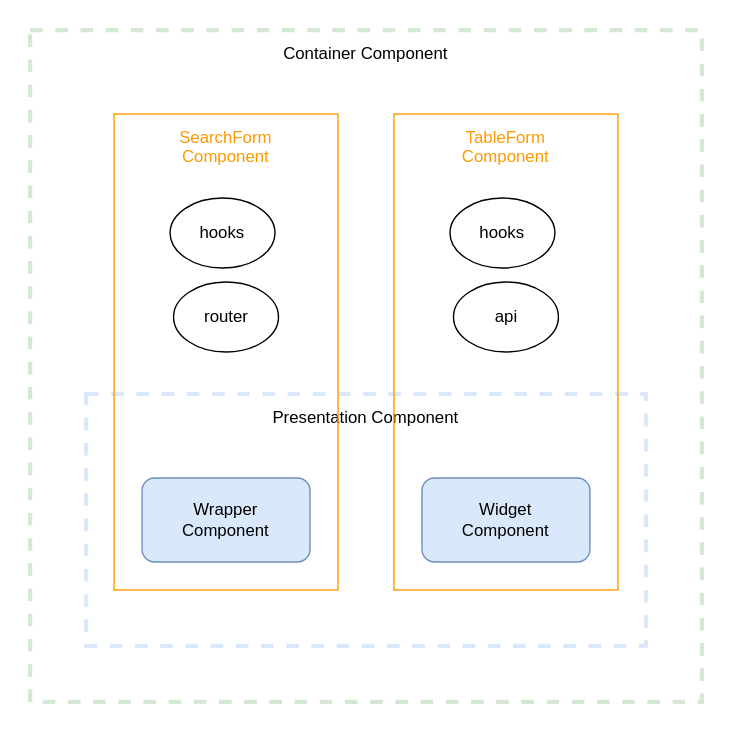
Earlier version of the draw.io export pages/component/_drawio/overview.drawio.svg (hazuki3417/memoria-design). Source tidied: cells renumbered, new cells last; positions are measured from the earlier drawing's top-left corner, leaving out a move shared by most shapes.
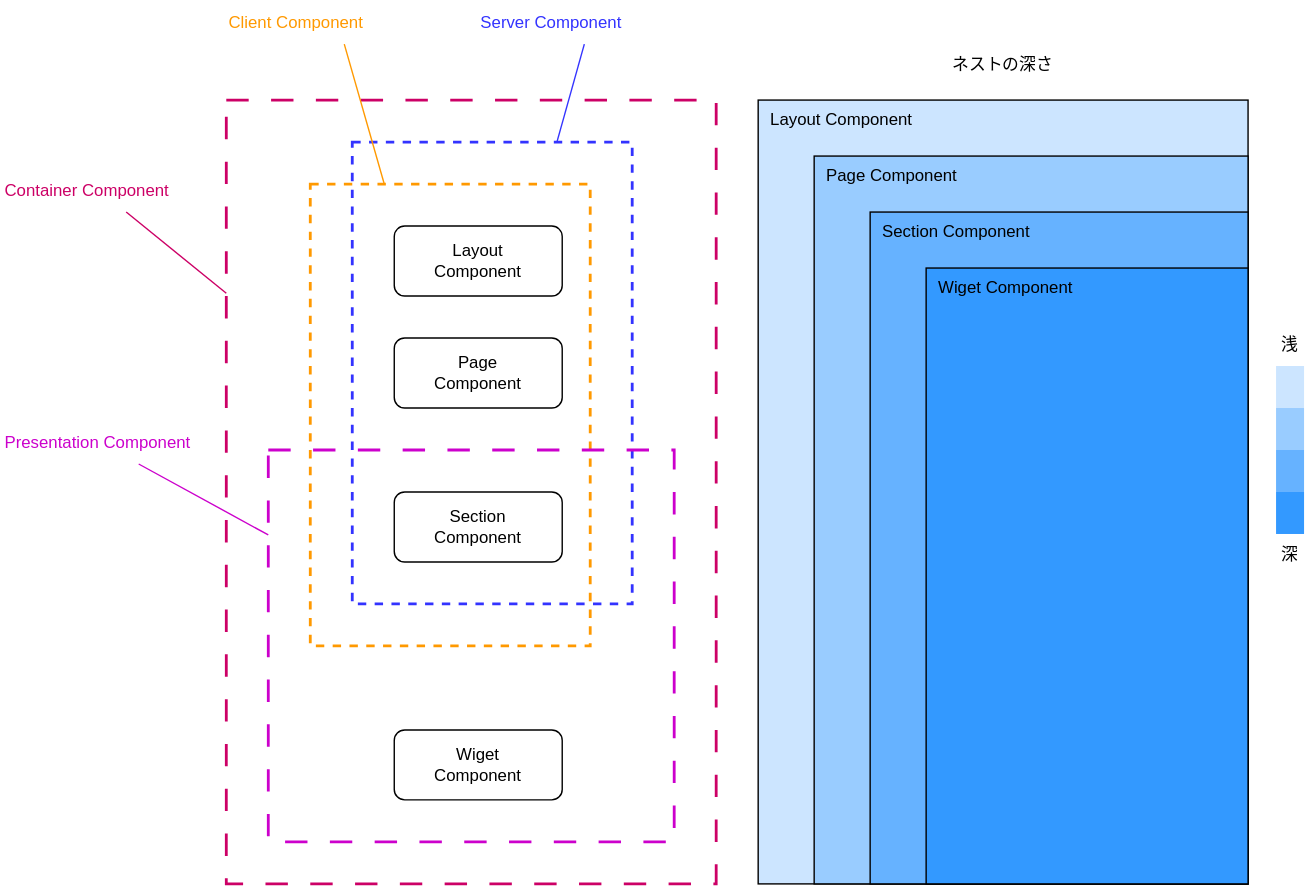
Later version of the same file.

What changed in the source:
```diff
@@ -1,38 +1,90 @@
-<mxGraphModel background="#ffffff">
+<mxGraphModel>
   <root>
     <mxCell id="0" />
-    <mxCell id="1" value="Container Component" parent="0" />
+    <mxCell id="1" parent="0" />
+    <mxCell id="14" style="outlineConnect=0;gradientColor=none;html=1;whiteSpace=wrap;fontSize=12;fontStyle=0;strokeColor=#CC0066;fillColor=none;verticalAlign=top;align=left;fontColor=#CC0066;dashed=1;spacingTop=3;strokeWidth=2;dashPattern=8 8;" parent="1" vertex="1">
+      <mxGeometry x="1170" y="520" width="350" height="560" as="geometry" />
+    </mxCell>
-    <mxCell id="2" value="Container Component" style="outlineConnect=0;html=1;whiteSpace=wrap;fontSize=12;fontStyle=0;strokeColor=#D5E8D4;fillColor=none;verticalAlign=top;align=center;dashed=1;spacingTop=3;strokeWidth=3;" parent="1" vertex="1">
-      <mxGeometry width="480" height="480" as="geometry" />
+    <mxCell id="2" style="outlineConnect=0;gradientColor=none;html=1;whiteSpace=wrap;fontSize=12;fontStyle=0;strokeColor=#FF9900;fillColor=none;verticalAlign=top;align=left;fontColor=#FF9900;dashed=1;spacingTop=3;strokeWidth=2;" parent="1" vertex="1">
+      <mxGeometry x="1230" y="580" width="200" height="330" as="geometry" />
     </mxCell>
+    <mxCell id="4" style="outlineConnect=0;gradientColor=none;html=1;whiteSpace=wrap;fontSize=12;fontStyle=0;strokeColor=#3333FF;fillColor=none;verticalAlign=top;align=left;fontColor=#3333FF;dashed=1;spacingTop=3;strokeWidth=2;" parent="1" vertex="1">
+      <mxGeometry x="1260" y="550" width="200" height="330" as="geometry" />
+    </mxCell>
+    <mxCell id="15" style="outlineConnect=0;gradientColor=none;html=1;whiteSpace=wrap;fontSize=12;fontStyle=0;strokeColor=#CC00CC;fillColor=none;verticalAlign=top;align=left;fontColor=#CC00CC;dashed=1;spacingTop=3;strokeWidth=2;dashPattern=8 8;" parent="1" vertex="1">
+      <mxGeometry x="1200" y="770" width="290" height="280" as="geometry" />
+    </mxCell>
+    <mxCell id="16" value="Layout&lt;br&gt;Component" style="rounded=1;whiteSpace=wrap;html=1;" parent="1" vertex="1">
+      <mxGeometry x="1290" y="610" width="120" height="50" as="geometry" />
+    </mxCell>
+    <mxCell id="17" value="Page&lt;br&gt;Component" style="rounded=1;whiteSpace=wrap;html=1;" parent="1" vertex="1">
+      <mxGeometry x="1290" y="690" width="120" height="50" as="geometry" />
+    </mxCell>
+    <mxCell id="18" value="Section&lt;br&gt;Component" style="rounded=1;whiteSpace=wrap;html=1;" parent="1" vertex="1">
+      <mxGeometry x="1290" y="800" width="120" height="50" as="geometry" />
+    </mxCell>
+    <mxCell id="19" value="Wiget&lt;br&gt;Component" style="rounded=1;whiteSpace=wrap;html=1;" parent="1" vertex="1">
+      <mxGeometry x="1290" y="970" width="120" height="50" as="geometry" />
+    </mxCell>
+    <mxCell id="8" style="edgeStyle=none;html=1;fontColor=#CC00CC;endArrow=none;endFill=0;strokeColor=#CC0066;" parent="1" edge="1" source="5" target="14">
+      <mxGeometry relative="1" as="geometry" />
+    </mxCell>
+    <mxCell id="5" value="Container Component" style="text;html=1;strokeColor=none;fillColor=none;align=left;verticalAlign=middle;whiteSpace=wrap;rounded=0;dashed=1;dashPattern=8 8;strokeWidth=2;fontColor=#CC0066;" parent="1" vertex="1">
+      <mxGeometry x="1010" y="570" width="140" height="30" as="geometry" />
+    </mxCell>
+    <mxCell id="9" style="edgeStyle=none;html=1;strokeColor=#CC00CC;fontColor=#CC00CC;endArrow=none;endFill=0;" parent="1" edge="1" source="3" target="15">
+      <mxGeometry relative="1" as="geometry" />
+    </mxCell>
-    <mxCell id="3" value="Presentation Component" parent="0" />
+    <mxCell id="3" value="Presentation Component" style="text;html=1;strokeColor=none;fillColor=none;align=left;verticalAlign=middle;whiteSpace=wrap;rounded=0;dashed=1;dashPattern=8 8;strokeWidth=2;fontColor=#CC00CC;" parent="1" vertex="1">
+      <mxGeometry x="1010" y="750" width="140" height="30" as="geometry" />
+    </mxCell>
-    <mxCell id="4" value="Presentation Component" style="outlineConnect=0;html=1;whiteSpace=wrap;fontSize=12;fontStyle=0;strokeColor=#DAE8FC;fillColor=none;verticalAlign=top;align=center;dashed=1;spacingTop=3;strokeWidth=3;" parent="3" vertex="1">
-      <mxGeometry x="40" y="260" width="400" height="180" as="geometry" />
-    </mxCell>
-    <mxCell id="5" value="Objects" parent="0" />
+    <mxCell id="20" style="edgeStyle=none;html=1;strokeColor=#3333FF;fontColor=#3333FF;endArrow=none;endFill=0;" parent="1" edge="1" source="21" target="4">
+      <mxGeometry relative="1" as="geometry" />
+    </mxCell>
+    <mxCell id="21" value="Server Component" style="text;html=1;strokeColor=none;fillColor=none;align=left;verticalAlign=middle;whiteSpace=wrap;rounded=0;dashed=1;dashPattern=8 8;strokeWidth=2;fontColor=#3333FF;" parent="1" vertex="1">
+      <mxGeometry x="1350" y="450" width="160" height="30" as="geometry" />
+    </mxCell>
+    <mxCell id="22" style="edgeStyle=none;html=1;strokeColor=#FF9900;fontColor=#CC00CC;endArrow=none;endFill=0;" parent="1" edge="1" source="23" target="2">
+      <mxGeometry relative="1" as="geometry" />
+    </mxCell>
+    <mxCell id="23" value="&lt;font color=&quot;#ff9900&quot;&gt;Client Component&lt;/font&gt;" style="text;html=1;strokeColor=none;fillColor=none;align=left;verticalAlign=middle;whiteSpace=wrap;rounded=0;dashed=1;dashPattern=8 8;strokeWidth=2;fontColor=#CC0066;" parent="1" vertex="1">
+      <mxGeometry x="1170" y="450" width="160" height="30" as="geometry" />
+    </mxCell>
+    <mxCell id="24" value="Layout Component" style="rounded=0;whiteSpace=wrap;html=1;strokeWidth=1;verticalAlign=top;align=left;spacingLeft=7;fillColor=#CCE5FF;" parent="1" vertex="1">
+      <mxGeometry x="1550" y="520" width="350" height="560" as="geometry" />
+    </mxCell>
+    <mxCell id="10" value="Page Component" style="rounded=0;whiteSpace=wrap;html=1;strokeWidth=1;verticalAlign=top;align=left;spacingLeft=7;fillColor=#99CCFF;" parent="1" vertex="1">
+      <mxGeometry x="1590" y="560" width="310" height="520" as="geometry" />
+    </mxCell>
+    <mxCell id="12" value="Section Component" style="rounded=0;whiteSpace=wrap;html=1;strokeWidth=1;verticalAlign=top;align=left;spacingLeft=7;fillColor=#66B2FF;" parent="1" vertex="1">
+      <mxGeometry x="1630" y="600" width="270" height="480" as="geometry" />
+    </mxCell>
-    <mxCell id="6" value="TableForm&lt;br&gt;Component" style="gradientColor=none;html=1;whiteSpace=wrap;fontSize=12;fontStyle=0;strokeColor=#FF9900;fillColor=none;verticalAlign=top;align=center;fontColor=#FF9900;dashed=0;spacingTop=3;strokeWidth=1;" parent="5" vertex="1">
-      <mxGeometry x="260" y="60" width="160" height="340" as="geometry" />
+    <mxCell id="6" value="Wiget Component" style="rounded=0;whiteSpace=wrap;html=1;strokeWidth=1;verticalAlign=top;align=left;spacingLeft=7;fillColor=#3399FF;" parent="1" vertex="1">
+      <mxGeometry x="1670" y="640" width="230" height="440" as="geometry" />
     </mxCell>
-    <mxCell id="7" value="SearchForm&lt;br&gt;Component" style="gradientColor=none;html=1;whiteSpace=wrap;fontSize=12;fontStyle=0;strokeColor=#FF9900;fillColor=none;verticalAlign=top;align=center;fontColor=#FF9900;dashed=0;spacingTop=3;strokeWidth=1;" parent="5" vertex="1">
-      <mxGeometry x="60" y="60" width="160" height="340" as="geometry" />
-    </mxCell>
-    <mxCell id="8" value="Wrapper&lt;br&gt;Component" style="rounded=1;whiteSpace=wrap;html=1;fillColor=#dae8fc;strokeColor=#6c8ebf;" parent="5" vertex="1">
-      <mxGeometry x="80" y="320" width="120" height="60" as="geometry" />
-    </mxCell>
-    <mxCell id="9" value="Widget&lt;br&gt;Component" style="rounded=1;whiteSpace=wrap;html=1;fillColor=#dae8fc;strokeColor=#6c8ebf;" parent="5" vertex="1">
-      <mxGeometry x="280" y="320" width="120" height="60" as="geometry" />
-    </mxCell>
-    <mxCell id="10" value="hooks" style="ellipse;whiteSpace=wrap;html=1;strokeWidth=1;fillColor=none;" parent="5" vertex="1">
-      <mxGeometry x="100" y="120" width="75" height="50" as="geometry" />
-    </mxCell>
-    <mxCell id="11" value="api" style="ellipse;whiteSpace=wrap;html=1;strokeWidth=1;fillColor=none;" parent="5" vertex="1">
-      <mxGeometry x="302.5" y="180" width="75" height="50" as="geometry" />
-    </mxCell>
-    <mxCell id="12" value="router" style="ellipse;whiteSpace=wrap;html=1;strokeWidth=1;fillColor=none;" parent="5" vertex="1">
-      <mxGeometry x="102.5" y="180" width="75" height="50" as="geometry" />
-    </mxCell>
-    <mxCell id="13" value="hooks" style="ellipse;whiteSpace=wrap;html=1;strokeWidth=1;fillColor=none;" parent="5" vertex="1">
-      <mxGeometry x="300" y="120" width="75" height="50" as="geometry" />
+    <mxCell id="13" value="ネストの深さ" style="text;html=1;strokeColor=none;fillColor=none;align=center;verticalAlign=middle;whiteSpace=wrap;rounded=0;strokeWidth=1;fontColor=#000000;" parent="1" vertex="1">
+      <mxGeometry x="1670" y="480" width="110" height="30" as="geometry" />
     </mxCell>
+    <mxCell id="25" style="group;" parent="1" vertex="1">
+      <mxGeometry x="1920" y="680" width="20" height="180" as="geometry" />
+    </mxCell>
+    <mxCell id="26" value="浅" style="text;html=1;strokeColor=none;fillColor=none;align=center;verticalAlign=middle;whiteSpace=wrap;rounded=0;strokeWidth=1;fontColor=#000000;" parent="25" vertex="1">
+      <mxGeometry width="20" height="30" as="geometry" />
+    </mxCell>
+    <mxCell id="27" value="深" style="text;html=1;strokeColor=none;fillColor=none;align=center;verticalAlign=middle;whiteSpace=wrap;rounded=0;strokeWidth=1;fontColor=#000000;" parent="25" vertex="1">
+      <mxGeometry y="150" width="20" height="30" as="geometry" />
+    </mxCell>
+    <mxCell id="28" style="rounded=0;whiteSpace=wrap;html=1;strokeWidth=1;verticalAlign=top;align=left;spacingLeft=7;fillColor=#3399FF;strokeColor=none;" parent="25" vertex="1">
+      <mxGeometry y="120" width="20" height="30" as="geometry" />
+    </mxCell>
+    <mxCell id="29" style="rounded=0;whiteSpace=wrap;html=1;strokeWidth=1;verticalAlign=top;align=left;spacingLeft=7;fillColor=#66B2FF;strokeColor=none;" parent="25" vertex="1">
+      <mxGeometry y="90" width="20" height="30" as="geometry" />
+    </mxCell>
+    <mxCell id="30" style="rounded=0;whiteSpace=wrap;html=1;strokeWidth=1;verticalAlign=top;align=left;spacingLeft=7;fillColor=#99CCFF;strokeColor=none;" parent="25" vertex="1">
+      <mxGeometry y="60" width="20" height="30" as="geometry" />
+    </mxCell>
+    <mxCell id="31" style="rounded=0;whiteSpace=wrap;html=1;strokeWidth=1;verticalAlign=top;align=left;spacingLeft=7;fillColor=#CCE5FF;strokeColor=none;" parent="25" vertex="1">
+      <mxGeometry y="30" width="20" height="30" as="geometry" />
+    </mxCell>
   </root>
 </mxGraphModel>
```
